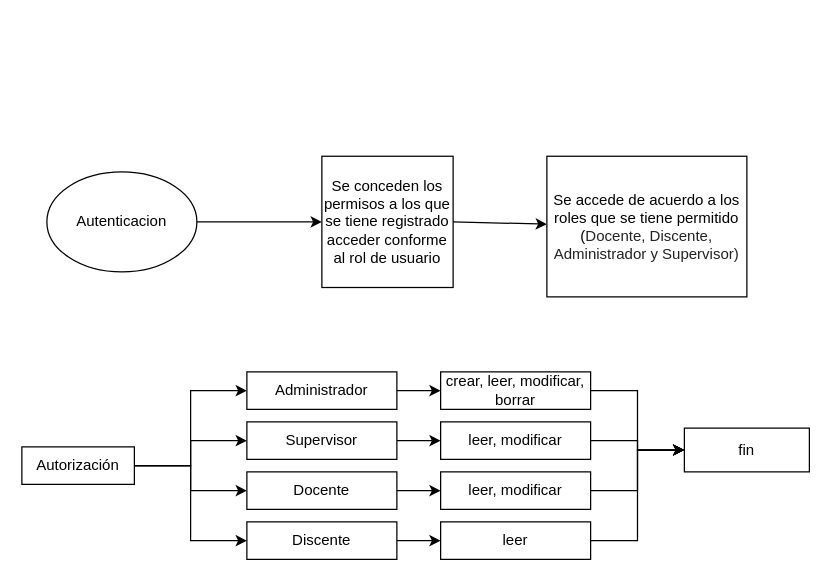
Before: AnalisisDBloques.drawio in techwolfd/web, a draw.io diagram. Source tidied: cells renumbered, new cells numbered last; positions are measured from the earlier drawing's top-left corner, leaving out a move shared by most shapes. Both pictures are drawn from the tidied source at 125%, with x=0, y=0 at pixel (21, 156).
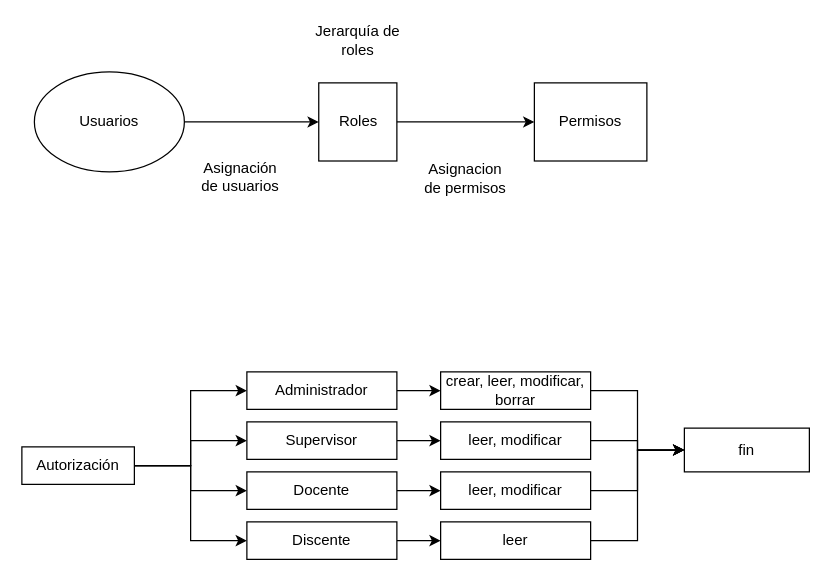
Above is the later version.

What changed in the source:
```diff
@@
-    <mxCell id="2" value="Se conceden los permisos a los que se tiene registrado acceder conforme al rol de usuario" style="whiteSpace=wrap;html=1;" parent="1" vertex="1">
-      <mxGeometry x="240" y="-0.5" width="105" height="105" as="geometry" />
+    <mxCell id="2" value="Roles" style="whiteSpace=wrap;html=1;" parent="1" vertex="1">
+      <mxGeometry x="237.5" y="-59.2" width="62.5" height="62.5" as="geometry" />
     </mxCell>
@@
-    <mxCell id="5" value="Autenticacion" style="ellipse;whiteSpace=wrap;html=1;" parent="1" vertex="1">
-      <mxGeometry x="20" y="12" width="120" height="80" as="geometry" />
+    <mxCell id="5" value="Usuarios" style="ellipse;whiteSpace=wrap;html=1;" parent="1" vertex="1">
+      <mxGeometry x="10" y="-68" width="120" height="80" as="geometry" />
     </mxCell>
-    <mxCell id="6" value="&lt;p style=&quot;font-size: 12px&quot;&gt;&lt;font style=&quot;font-size: 12px&quot;&gt;Se accede de acuerdo a los roles que se tiene permitido (&lt;span lang=&quot;ES-MX&quot; style=&quot;line-height: 107% ; color: rgb(34 , 34 , 34) ; background: white ; font-size: 12px&quot;&gt;Docente, Discente, Administrador y Supervisor)&lt;/span&gt;&lt;/font&gt;&lt;/p&gt;" style="rounded=0;whiteSpace=wrap;html=1;fontSize=12;" parent="1" vertex="1">
-      <mxGeometry x="420" y="-0.5" width="160" height="112.5" as="geometry" />
+    <mxCell id="6" value="&lt;p style=&quot;font-size: 12px&quot;&gt;Permisos&lt;/p&gt;" style="rounded=0;whiteSpace=wrap;html=1;fontSize=12;" parent="1" vertex="1">
+      <mxGeometry x="410" y="-59.2" width="90" height="62.5" as="geometry" />
     </mxCell>
@@
+    <mxCell id="29" value="Asignación de usuarios" style="text;html=1;strokeColor=none;fillColor=none;align=center;verticalAlign=middle;whiteSpace=wrap;rounded=0;" parent="1" vertex="1">
+      <mxGeometry x="140" y="0.8" width="70" height="30" as="geometry" />
+    </mxCell>
+    <mxCell id="30" value="Asignacion de permisos" style="text;html=1;strokeColor=none;fillColor=none;align=center;verticalAlign=middle;whiteSpace=wrap;rounded=0;" parent="1" vertex="1">
+      <mxGeometry x="320" y="3.2" width="70" height="27.5" as="geometry" />
+    </mxCell>
+    <mxCell id="31" value="Jerarquía de roles" style="text;html=1;strokeColor=none;fillColor=none;align=center;verticalAlign=middle;whiteSpace=wrap;rounded=0;" parent="1" vertex="1">
+      <mxGeometry x="233.8" y="-108" width="70" height="30" as="geometry" />
+    </mxCell>
```
